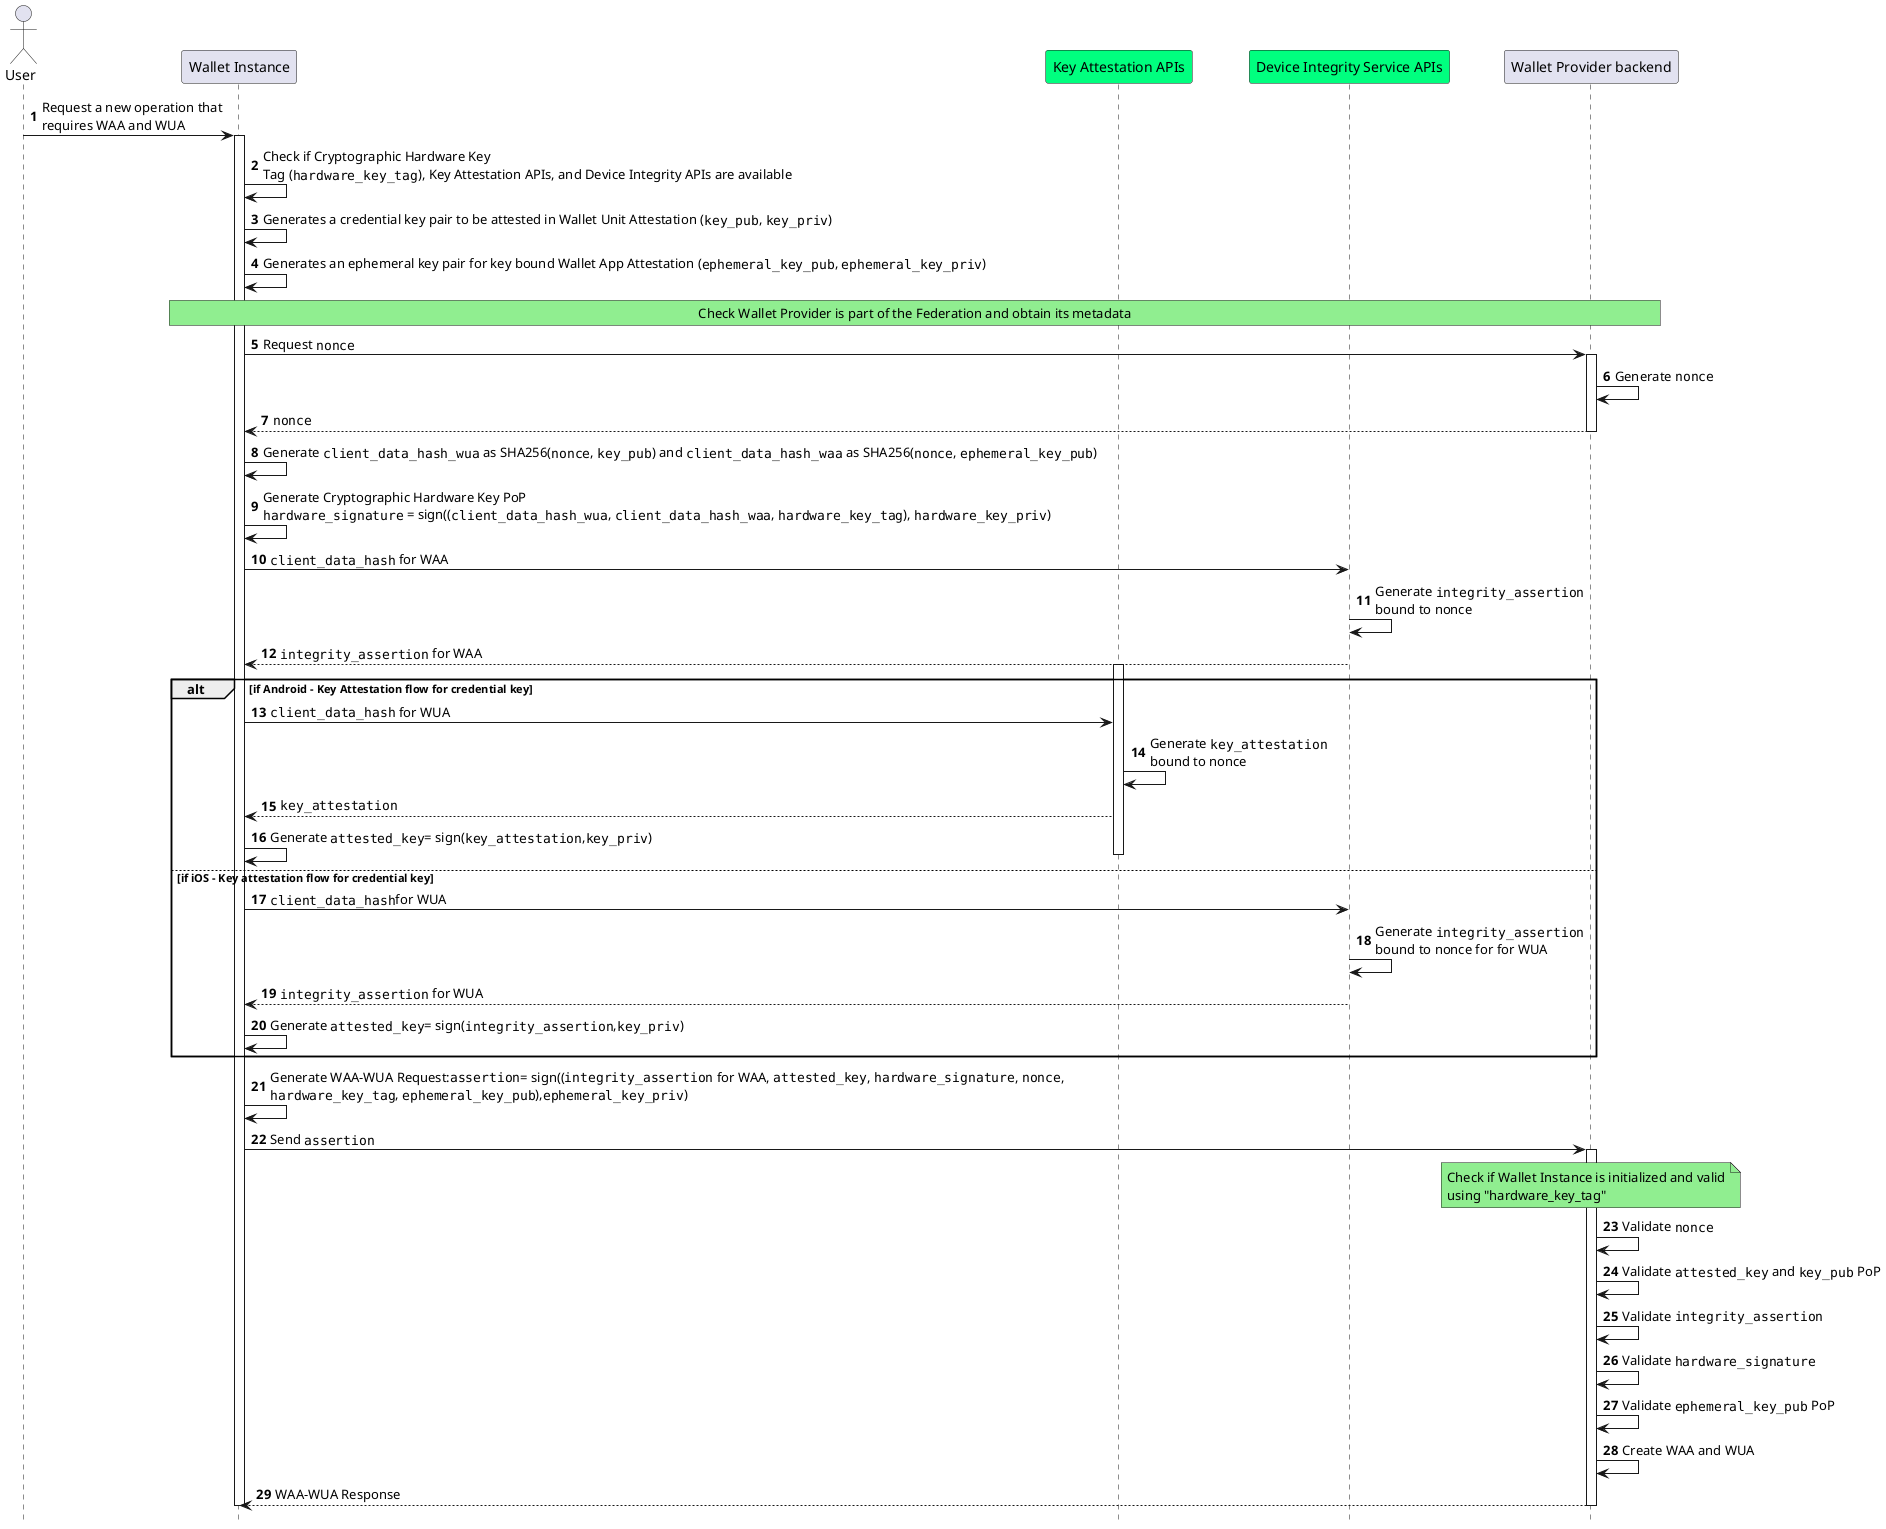
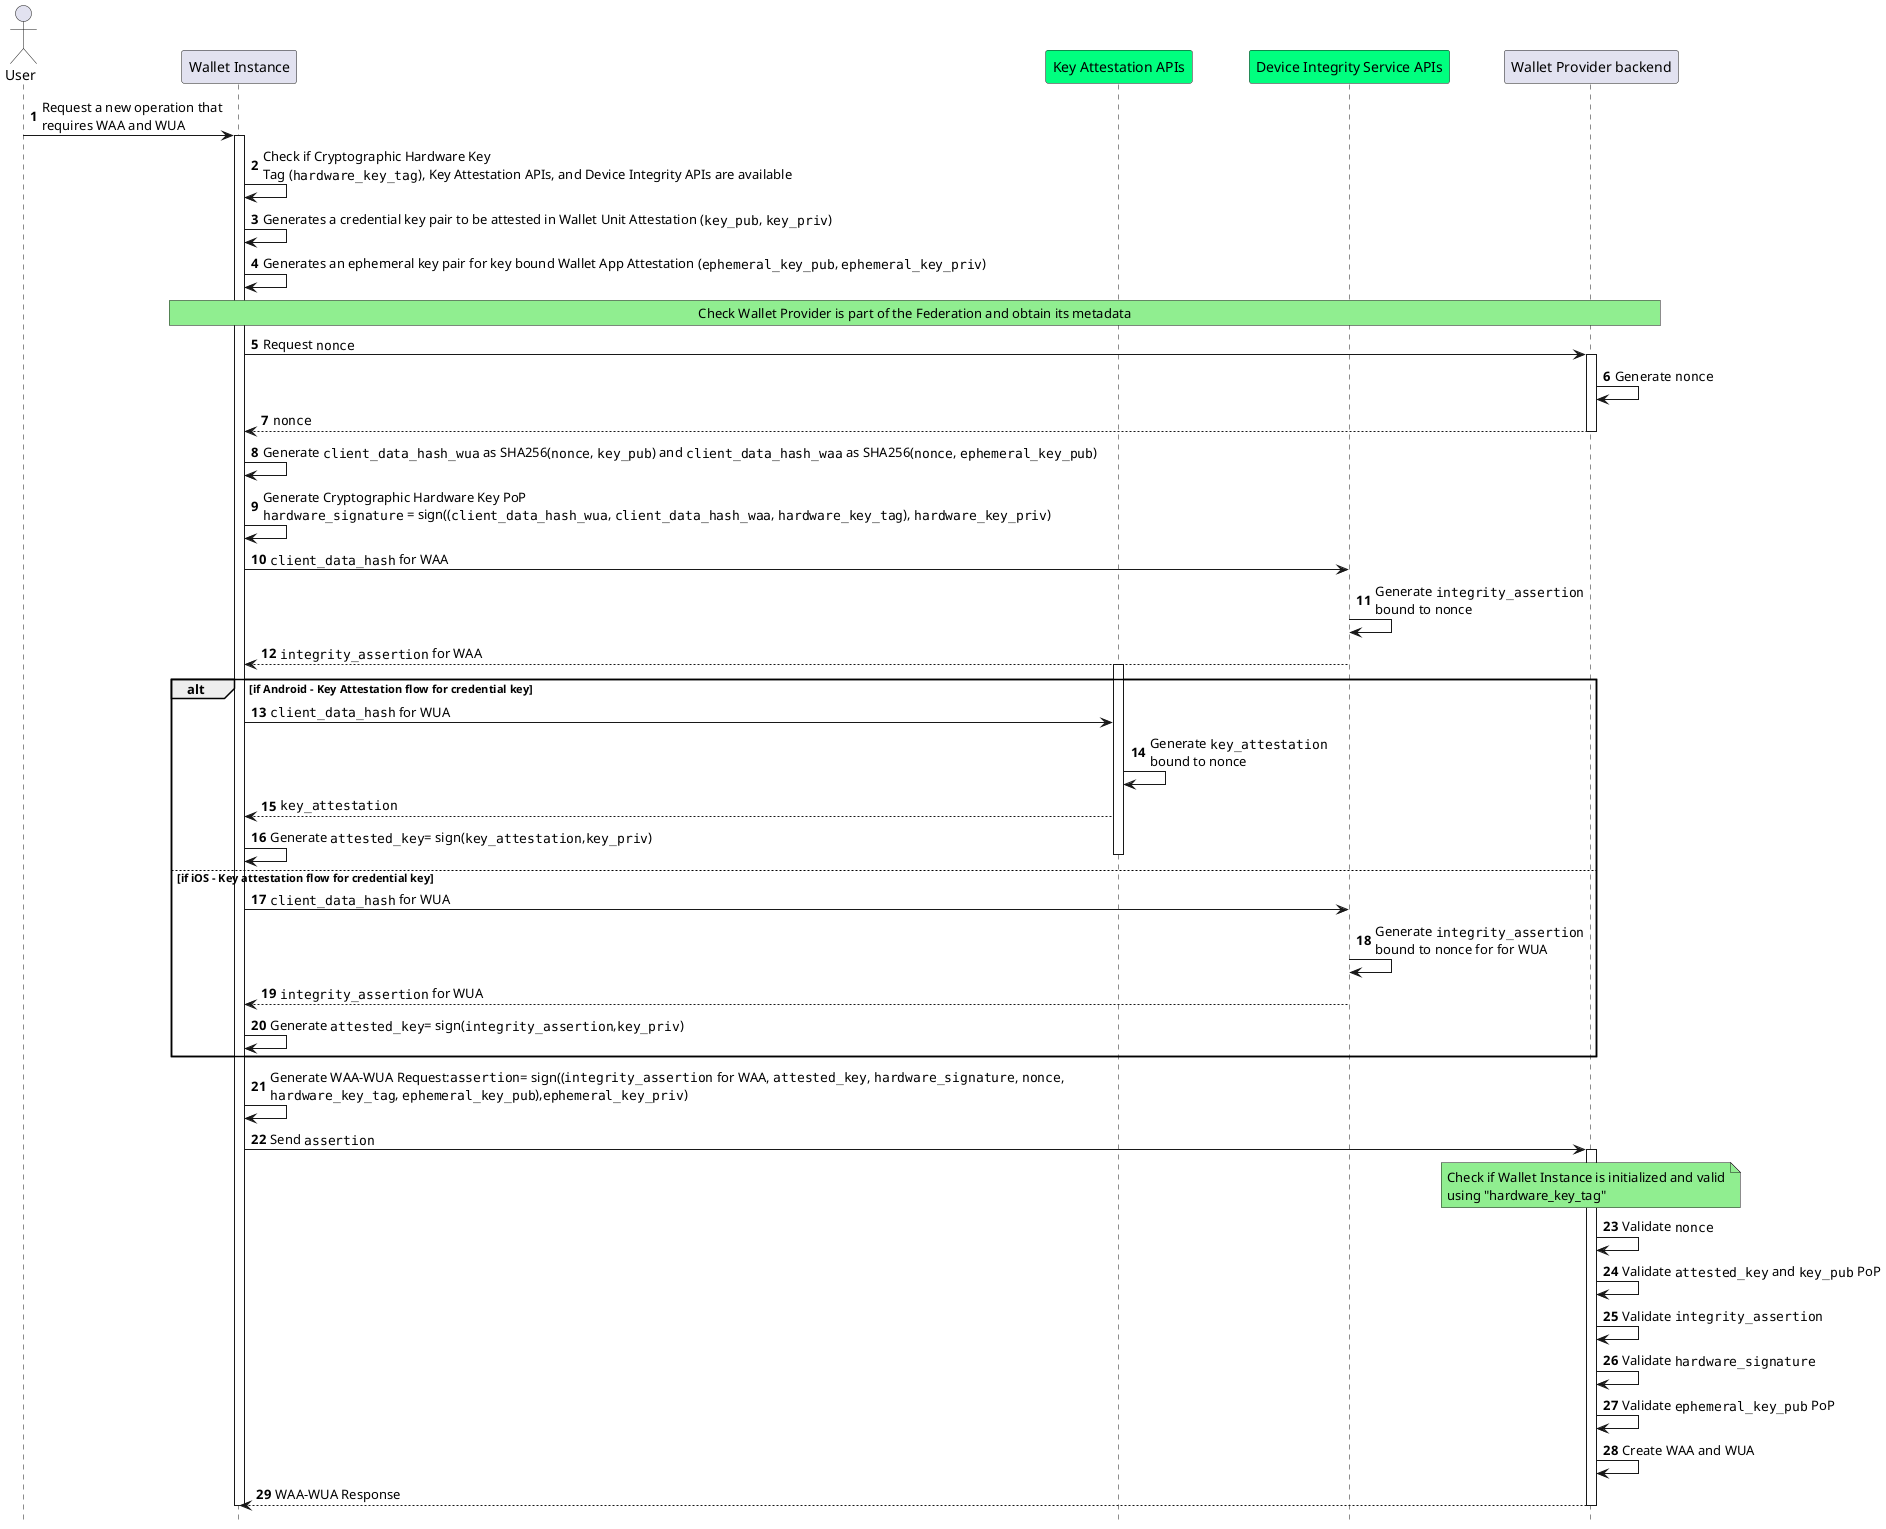
@startuml Wallet App and Wallet Unit Attestations Issuance
autonumber
hide footbox

'Participants
actor "User" as user
participant "Wallet Instance" as app
participant "Key Attestation APIs" as kats #springgreen
participant "Device Integrity Service APIs" as aats #springgreen
participant "Wallet Provider backend" as bck

user->app: Request a new operation that\nrequires WAA and WUA
activate app

app->app: Check if Cryptographic Hardware Key \nTag (""hardware_key_tag""), Key Attestation APIs, and Device Integrity APIs are available

app->app: Generates a credential key pair to be attested in Wallet Unit Attestation (""key_pub"", ""key_priv"")
app->app: Generates an ephemeral key pair for key bound Wallet App Attestation (""ephemeral_key_pub"", ""ephemeral_key_priv"")

rnote over app,bck #LIGHTGREEN
Check Wallet Provider is part of the Federation and obtain its metadata
endrnote

app->bck: Request ""nonce""
activate bck

bck->bck: Generate ""nonce""

bck-->app: ""nonce""
deactivate bck


app->app: Generate ""client_data_hash_wua"" as SHA256(""nonce"", ""key_pub"") and ""client_data_hash_waa"" as SHA256(""nonce"", ""ephemeral_key_pub"")

app->app: Generate Cryptographic Hardware Key PoP\n""hardware_signature"" = sign((""client_data_hash_wua"", ""client_data_hash_waa"", ""hardware_key_tag""), ""hardware_key_priv"")

app->aats: ""client_data_hash"" for WAA
aats->aats: Generate ""integrity_assertion""\nbound to nonce
aats-->app: ""integrity_assertion"" for WAA

alt if Android - Key Attestation flow for credential key

activate kats

app->kats: ""client_data_hash"" for WUA

kats->kats: Generate ""key_attestation""\nbound to nonce

kats-->app: ""key_attestation""
app->app : Generate ""attested_key""= sign(""key_attestation"",""key_priv"")

deactivate kats

else if iOS - Key attestation flow for credential key

- app->aats: ""client_data_hash""for WUA
+ app->aats: ""client_data_hash"" for WUA
aats->aats: Generate ""integrity_assertion""\nbound to nonce for for WUA
aats-->app: ""integrity_assertion"" for WUA
app->app : Generate ""attested_key""= sign(""integrity_assertion"",""key_priv"")
end


app->app: Generate WAA-WUA Request:""assertion""= sign((""integrity_assertion"" for WAA, ""attested_key"", ""hardware_signature"", ""nonce"",\n""hardware_key_tag"", ""ephemeral_key_pub""),""ephemeral_key_priv"")
app->bck: Send ""assertion""
activate bck
Note over bck, bck #LIGHTGREEN
Check if Wallet Instance is initialized and valid
using "hardware_key_tag"
End note

bck->bck: Validate ""nonce""
bck->bck: Validate ""attested_key"" and ""key_pub"" PoP
bck->bck: Validate ""integrity_assertion""
bck->bck: Validate ""hardware_signature""
bck->bck: Validate ""ephemeral_key_pub"" PoP
bck->bck: Create WAA and WUA


bck-->app: WAA-WUA Response

deactivate bck
deactivate app
@enduml